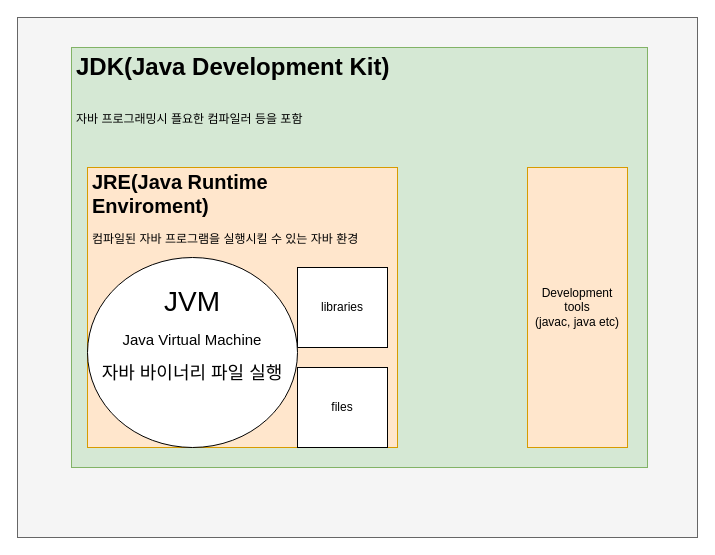
This is Untitled Diagram.drawio from dragontls123/mulcam, a draw.io file, before an edit. Source tidied: cells renumbered, new cells numbered last; positions are measured from the earlier drawing's top-left corner, leaving out a move shared by most shapes. Both pictures are drawn from the tidied source at 100%, with x=0, y=0 at pixel (17, 17).
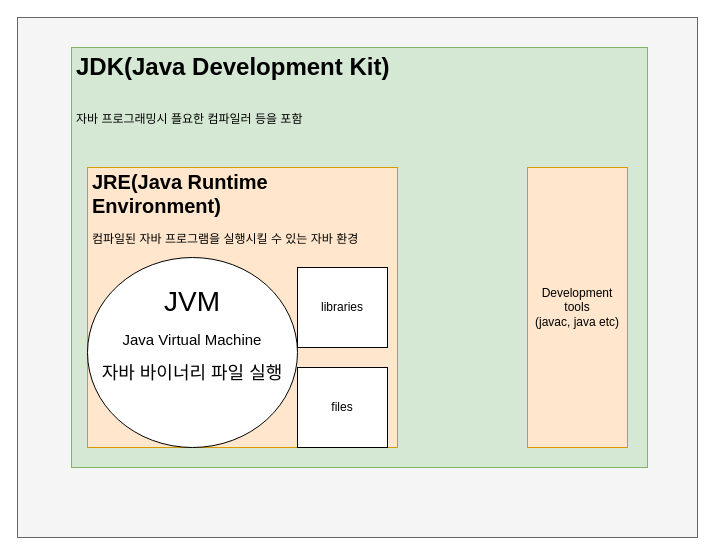
Above is the later version.

The edit, as a diff of the source:
```diff
@@
 <mxGraphModel>
   <root>
     <mxCell id="0" />
     <mxCell id="1" parent="0" />
     <mxCell id="2" style="rounded=0;whiteSpace=wrap;html=1;fillColor=#f5f5f5;strokeColor=#666666;fontColor=#333333;" parent="1" vertex="1">
       <mxGeometry width="680" height="520" as="geometry" />
     </mxCell>
     <mxCell id="3" style="rounded=0;whiteSpace=wrap;html=1;fillColor=#d5e8d4;strokeColor=#82b366;" parent="1" vertex="1">
       <mxGeometry x="54" y="30" width="576" height="420" as="geometry" />
     </mxCell>
     <mxCell id="4" value="&lt;div&gt;Development tools&lt;/div&gt;&lt;div&gt;(javac, java etc)&lt;br&gt;&lt;/div&gt;" style="rounded=0;whiteSpace=wrap;html=1;fillColor=#ffe6cc;strokeColor=#d79b00;" parent="1" vertex="1">
       <mxGeometry x="510" y="150" width="100" height="280" as="geometry" />
     </mxCell>
     <mxCell id="5" value="&lt;h1&gt;JDK(Java Development Kit)&lt;/h1&gt;&lt;div&gt;&lt;br&gt;&lt;/div&gt;&lt;div&gt;자바 프로그래밍시 플요한 컴파일러 등을 포함&lt;br&gt;&lt;/div&gt;" style="text;html=1;strokeColor=none;fillColor=none;spacing=5;spacingTop=-20;whiteSpace=wrap;overflow=hidden;rounded=0;" parent="1" vertex="1">
       <mxGeometry x="54" y="30" width="336" height="120" as="geometry" />
     </mxCell>
     <mxCell id="6" style="group;" parent="1" vertex="1">
       <mxGeometry x="130" y="160" width="310" height="280" as="geometry" />
     </mxCell>
     <mxCell id="7" style="group;" parent="6" vertex="1">
       <mxGeometry x="-60" y="-10" width="310" height="280" as="geometry" />
     </mxCell>
     <mxCell id="8" style="rounded=0;whiteSpace=wrap;html=1;fillColor=#ffe6cc;strokeColor=#d79b00;" parent="7" vertex="1">
       <mxGeometry width="310" height="280" as="geometry" />
     </mxCell>
     <mxCell id="9" value="files" style="rounded=0;whiteSpace=wrap;html=1;" parent="7" vertex="1">
       <mxGeometry x="210" y="200" width="90" height="80" as="geometry" />
     </mxCell>
     <mxCell id="10" value="libraries" style="rounded=0;whiteSpace=wrap;html=1;" parent="7" vertex="1">
       <mxGeometry x="210" y="100" width="90" height="80" as="geometry" />
     </mxCell>
-    <mxCell id="11" value="&lt;h1 style=&quot;font-size: 20px&quot;&gt;JRE&lt;font style=&quot;font-size: 20px&quot;&gt;(Java Runtime Enviroment)&lt;/font&gt;&lt;/h1&gt;&lt;div&gt;컴파일된 자바 프로그램을 실행시킬 수 있는 자바 환경&lt;br&gt;&lt;/div&gt;" style="text;html=1;strokeColor=none;fillColor=none;spacing=5;spacingTop=-20;whiteSpace=wrap;overflow=hidden;rounded=0;" parent="7" vertex="1">
+    <mxCell id="11" value="&lt;h1 style=&quot;font-size: 20px&quot;&gt;JRE&lt;font style=&quot;font-size: 20px&quot;&gt;(Java Runtime Environment)&lt;/font&gt;&lt;/h1&gt;&lt;div&gt;컴파일된 자바 프로그램을 실행시킬 수 있는 자바 환경&lt;br&gt;&lt;/div&gt;" style="text;html=1;strokeColor=none;fillColor=none;spacing=5;spacingTop=-20;whiteSpace=wrap;overflow=hidden;rounded=0;" parent="7" vertex="1">
       <mxGeometry width="300" height="100" as="geometry" />
     </mxCell>
     <mxCell id="12" value="&lt;div&gt;&lt;font style=&quot;font-size: 28px&quot;&gt;JVM&lt;/font&gt;&lt;/div&gt;&lt;div&gt;&lt;font style=&quot;font-size: 28px&quot;&gt;&lt;font style=&quot;font-size: 15px&quot;&gt;Java Virtual Machine&lt;/font&gt;&lt;br&gt;&lt;/font&gt;&lt;/div&gt;&lt;div&gt;&lt;font style=&quot;font-size: 28px&quot;&gt;&lt;font style=&quot;font-size: 18px&quot;&gt;자바 바이너리 파일 실행&lt;/font&gt;&lt;br&gt;&lt;/font&gt;&lt;/div&gt;&lt;div&gt;&lt;font style=&quot;font-size: 28px&quot;&gt;&lt;br&gt;&lt;/font&gt;&lt;/div&gt;" style="ellipse;whiteSpace=wrap;html=1;" parent="7" vertex="1">
       <mxGeometry y="90" width="210" height="190" as="geometry" />
     </mxCell>
   </root>
 </mxGraphModel>
```
